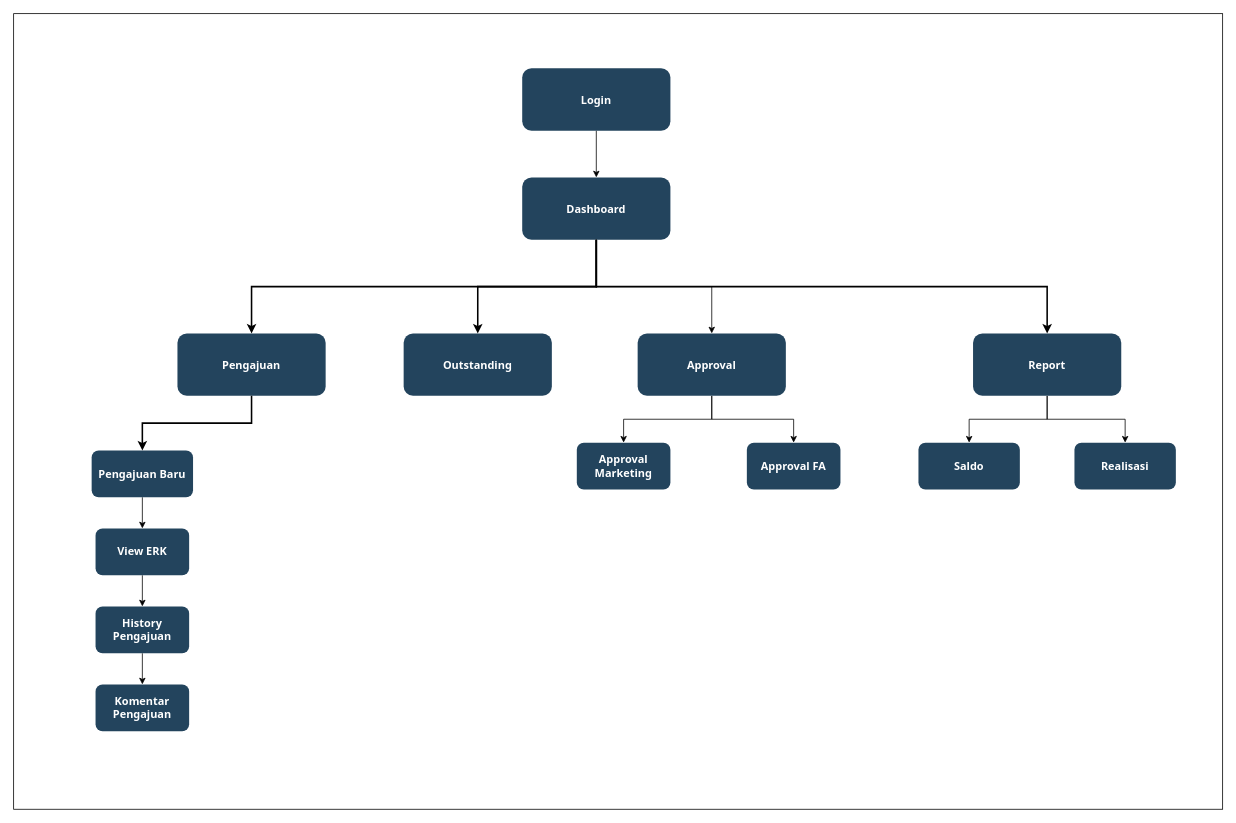
The draw.io diagram page "Sitemap" (1 of 6) of Sitemap-PieMeS.drawio in muhamadfarkhan/system-analyst, before the edit. Source tidied: cells renumbered, new cells numbered last; positions are measured from the earlier drawing's top-left corner, leaving out a move shared by most shapes. Both pictures are drawn from the tidied source at 78%, with x=0, y=0 at pixel (13, 13).
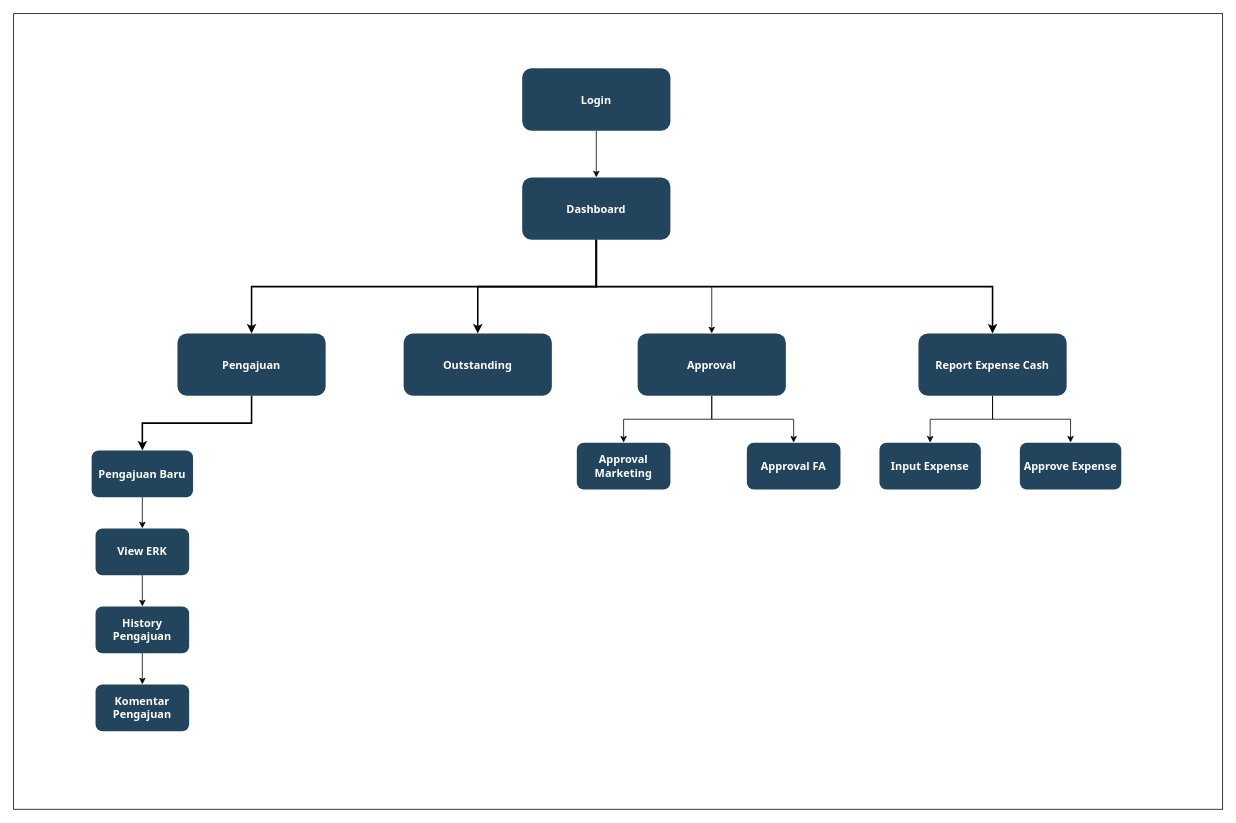
After the change.

Diff of the diagram source:
```diff
@@
-    <mxCell id="5" style="edgeStyle=orthogonalEdgeStyle;rounded=0;jettySize=auto;html=1;exitX=0.5;exitY=1;exitDx=0;exitDy=0;" parent="1" edge="1" source="7" target="17">
-      <mxGeometry relative="1" as="geometry" />
-    </mxCell>
-    <mxCell id="6" style="edgeStyle=orthogonalEdgeStyle;rounded=0;jettySize=auto;html=1;exitX=0.5;exitY=1;exitDx=0;exitDy=0;" parent="1" edge="1" source="7" target="16">
-      <mxGeometry relative="1" as="geometry" />
-    </mxCell>
+    <mxCell id="30" style="edgeStyle=orthogonalEdgeStyle;rounded=0;jettySize=auto;html=1;exitX=0.5;exitY=1;exitDx=0;exitDy=0;entryX=0.5;entryY=0;entryDx=0;entryDy=0;" parent="1" edge="1" source="7" target="32">
+      <mxGeometry relative="1" as="geometry" />
+    </mxCell>
+    <mxCell id="31" style="edgeStyle=orthogonalEdgeStyle;rounded=0;jettySize=auto;html=1;exitX=0.5;exitY=1;exitDx=0;exitDy=0;entryX=0.5;entryY=0;entryDx=0;entryDy=0;" parent="1" edge="1" source="7" target="33">
+      <mxGeometry relative="1" as="geometry" />
+    </mxCell>
-    <mxCell id="7" value="Report" style="rounded=1;fillColor=#23445D;gradientColor=none;strokeColor=none;fontColor=#FFFFFF;fontStyle=1;fontFamily=Tahoma;fontSize=14;" parent="1" vertex="1">
-      <mxGeometry x="1230" y="410" width="190" height="80" as="geometry" />
+    <mxCell id="7" value="Report Expense Cash" style="rounded=1;fillColor=#23445D;gradientColor=none;strokeColor=none;fontColor=#FFFFFF;fontStyle=1;fontFamily=Tahoma;fontSize=14;" parent="1" vertex="1">
+      <mxGeometry x="1160" y="410" width="190" height="80" as="geometry" />
     </mxCell>
@@
-    <mxCell id="16" value="Saldo" style="rounded=1;fillColor=#23445D;gradientColor=none;strokeColor=none;fontColor=#FFFFFF;fontStyle=1;fontFamily=Tahoma;fontSize=14;" parent="1" vertex="1">
-      <mxGeometry x="1160" y="550" width="130" height="60" as="geometry" />
-    </mxCell>
-    <mxCell id="17" value="Realisasi" style="rounded=1;fillColor=#23445D;gradientColor=none;strokeColor=none;fontColor=#FFFFFF;fontStyle=1;fontFamily=Tahoma;fontSize=14;" parent="1" vertex="1">
-      <mxGeometry x="1360" y="550" width="130" height="60" as="geometry" />
-    </mxCell>
@@
+    <mxCell id="32" value="Input Expense" style="rounded=1;fillColor=#23445D;gradientColor=none;strokeColor=none;fontColor=#FFFFFF;fontStyle=1;fontFamily=Tahoma;fontSize=14;" parent="1" vertex="1">
+      <mxGeometry x="1110" y="550" width="130" height="60" as="geometry" />
+    </mxCell>
+    <mxCell id="33" value="Approve Expense" style="rounded=1;fillColor=#23445D;gradientColor=none;strokeColor=none;fontColor=#FFFFFF;fontStyle=1;fontFamily=Tahoma;fontSize=14;" parent="1" vertex="1">
+      <mxGeometry x="1290" y="550" width="130" height="60" as="geometry" />
+    </mxCell>
```
